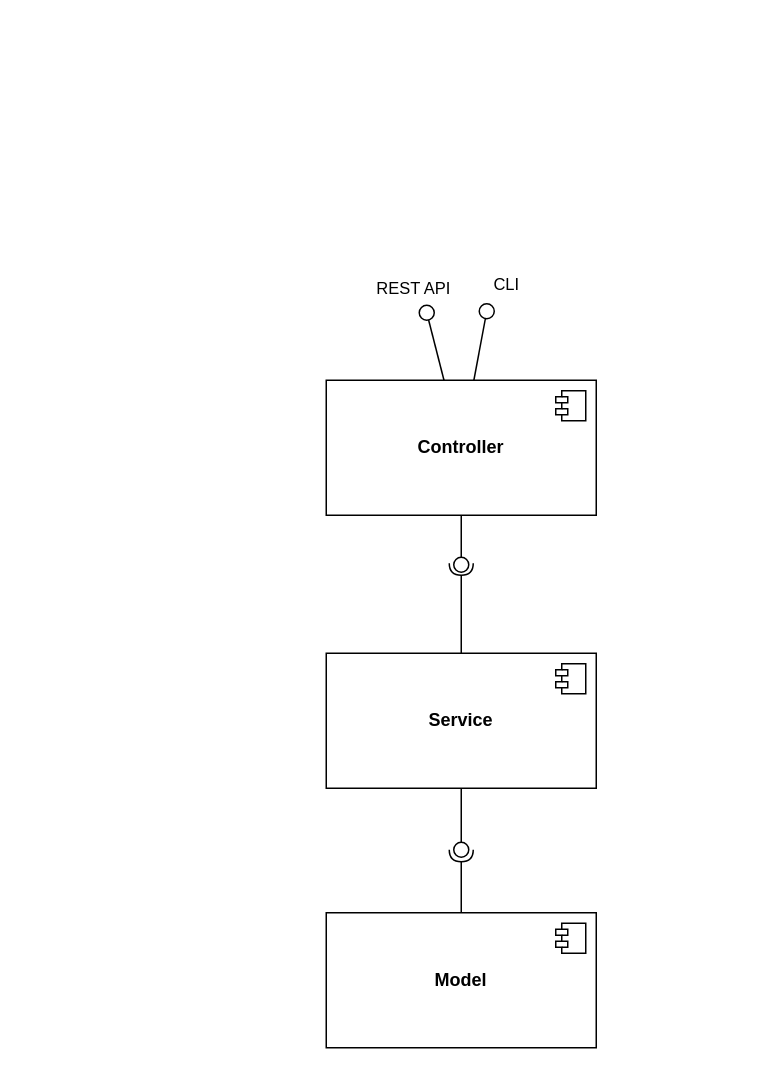
The draw.io diagram page "Component Diagram" (1 of 4) of docs/Untitled Diagram.drawio in jakubjanak2004/carvalho-roucairol, before the edit. Source tidied: cells renumbered, new cells numbered last; positions are measured from the earlier drawing's top-left corner, leaving out a move shared by most shapes. Both pictures are drawn from the tidied source at 150%, with x=0, y=0 at pixel (26, 26).
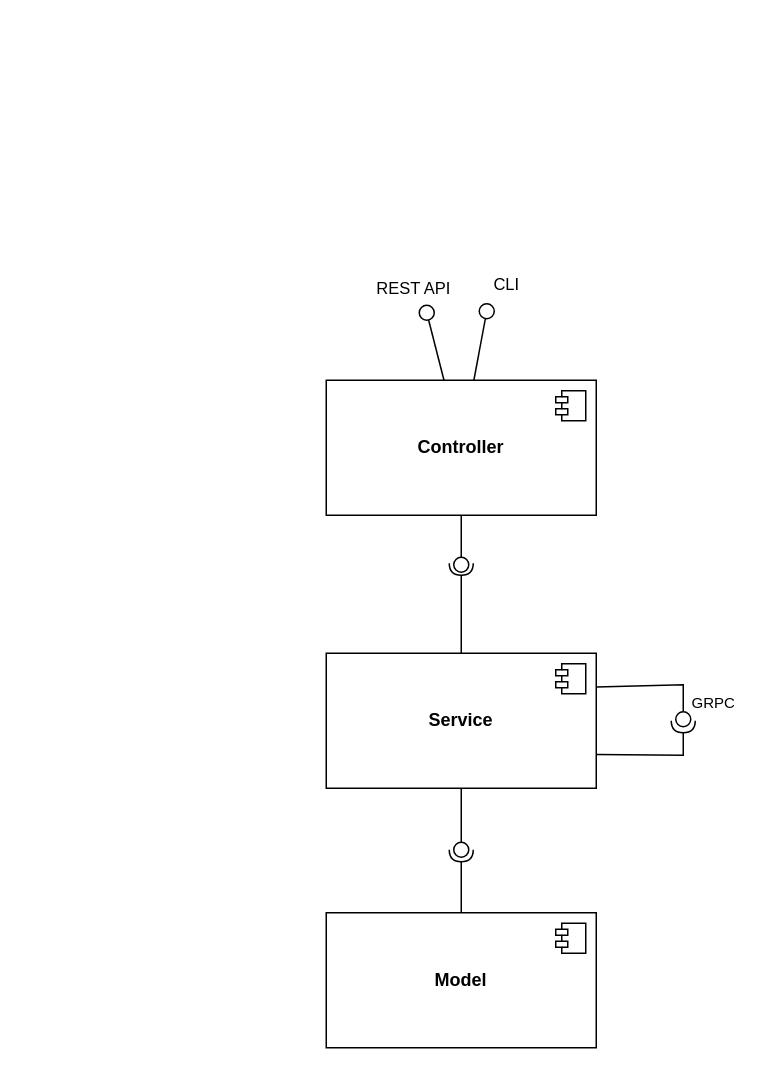
Above is the later version.

Unchanged cells that the change refers to:
```xml
<mxCell id="4" value="&lt;b&gt;Service&lt;/b&gt;" style="html=1;whiteSpace=wrap;" parent="1" vertex="1">
  <mxGeometry x="200" y="418" width="180" height="90" as="geometry" />
</mxCell>
```

Diff of the diagram source:
```diff
@@
+    <mxCell id="18" style="rounded=0;jettySize=auto;html=1;endArrow=halfCircle;endFill=0;endSize=6;strokeWidth=1;sketch=0;exitX=1;exitY=0.75;exitDx=0;exitDy=0;" parent="1" edge="1" source="4">
+      <mxGeometry relative="1" as="geometry">
+        <mxPoint x="438" y="463" as="targetPoint" />
+        <Array as="points">
+          <mxPoint x="438" y="486" />
+        </Array>
+      </mxGeometry>
+    </mxCell>
+    <mxCell id="19" style="rounded=0;jettySize=auto;html=1;endArrow=oval;endFill=0;sketch=0;sourcePerimeterSpacing=0;targetPerimeterSpacing=0;endSize=10;exitX=1;exitY=0.25;exitDx=0;exitDy=0;" parent="1" edge="1" source="4">
+      <mxGeometry relative="1" as="geometry">
+        <mxPoint x="438" y="462" as="targetPoint" />
+        <Array as="points">
+          <mxPoint x="438" y="439" />
+        </Array>
+      </mxGeometry>
+    </mxCell>
+    <mxCell id="20" style="ellipse;whiteSpace=wrap;html=1;align=center;fillColor=none;strokeColor=none;perimeter=centerPerimeter;" parent="1" vertex="1">
+      <mxGeometry x="442" y="446" width="10" height="10" as="geometry" />
+    </mxCell>
+    <mxCell id="21" value="&lt;font style=&quot;font-size: 10px;&quot;&gt;GRPC&lt;/font&gt;" style="text;html=1;whiteSpace=wrap;strokeColor=none;fillColor=none;align=center;verticalAlign=middle;rounded=0;" parent="1" vertex="1">
+      <mxGeometry x="440" y="441" width="37" height="20" as="geometry" />
+    </mxCell>
```
